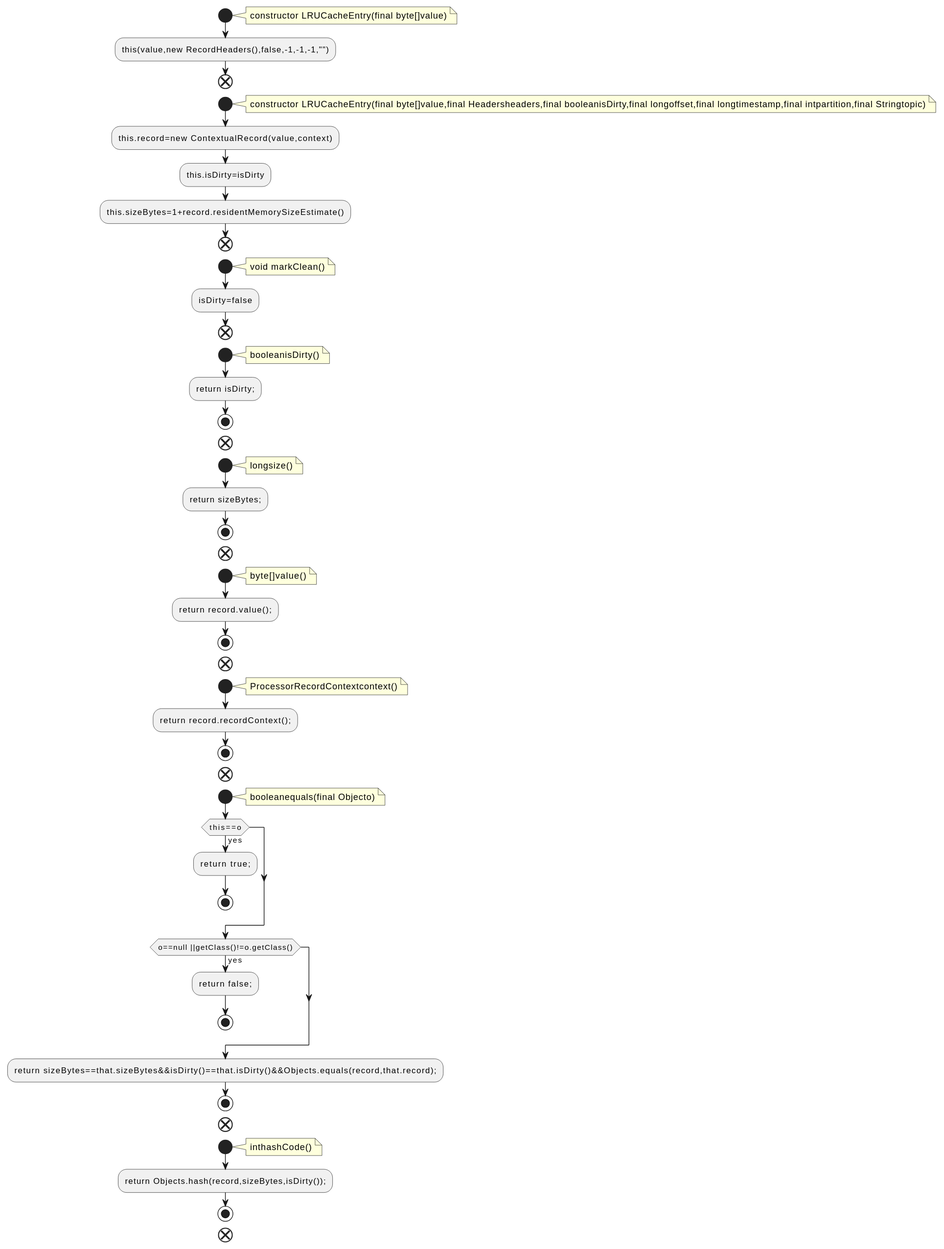
Earlier version of the PlantUML export docs/qc/streams/src/main/java/org/apache/kafka/streams/state/internals/LRUCacheEntry.java.fct.svg (qualitesys/kafka). Source of this version:
```plantuml
@startuml
!pragma layout smetana
start
note right
constructor LRUCacheEntry(final byte[]value)
end note
:this(value,new RecordHeaders(),false,-1,-1,-1,"");
end
start
note right
constructor LRUCacheEntry(final byte[]value,final Headersheaders,final booleanisDirty,final longoffset,final longtimestamp,final intpartition,final Stringtopic)
end note
:this.record=new ContextualRecord(value,context);
:this.isDirty=isDirty;
:this.sizeBytes=1+record.residentMemorySizeEstimate();
end
start
note right
void markClean()
end note
:isDirty=false;
end
start
note right
booleanisDirty()
end note
:return isDirty;;
stop
end
start
note right
longsize()
end note
:return sizeBytes;;
stop
end
start
note right
byte[]value()
end note
:return record.value();;
stop
end
start
note right
ProcessorRecordContextcontext()
end note
:return record.recordContext();;
stop
end
start
note right
booleanequals(final Objecto)
end note
if (this==o) then (yes)
:return true;;
stop
endif
if (o==null ||getClass()!=o.getClass()) then (yes)
:return false;;
stop
endif
:return sizeBytes==that.sizeBytes&&isDirty()==that.isDirty()&&Objects.equals(record,that.record);;
stop
end
start
note right
inthashCode()
end note
:return Objects.hash(record,sizeBytes,isDirty());;
stop
end
@enduml
```
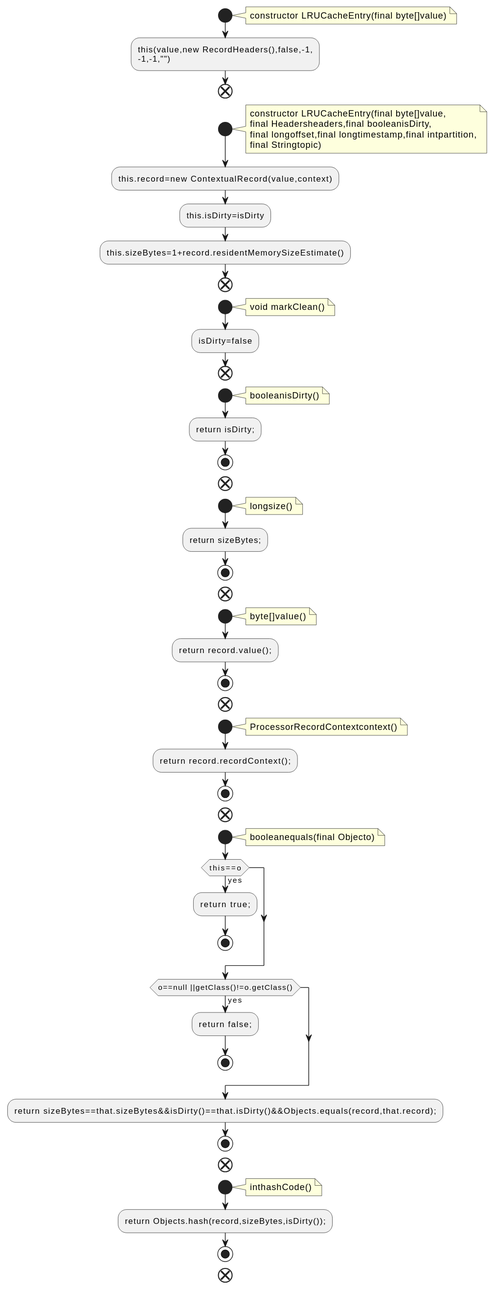
Above is the later version.

Change to the diagram source:
```diff
@@ -4,11 +4,15 @@
 note right
 constructor LRUCacheEntry(final byte[]value)
 end note
-:this(value,new RecordHeaders(),false,-1,-1,-1,"");
+:this(value,new RecordHeaders(),false,-1,
+-1,-1,"");
 end
 start
 note right
-constructor LRUCacheEntry(final byte[]value,final Headersheaders,final booleanisDirty,final longoffset,final longtimestamp,final intpartition,final Stringtopic)
+constructor LRUCacheEntry(final byte[]value,
+final Headersheaders,final booleanisDirty,
+final longoffset,final longtimestamp,final intpartition,
+final Stringtopic)
 end note
 :this.record=new ContextualRecord(value,context);
 :this.isDirty=isDirty;
```
